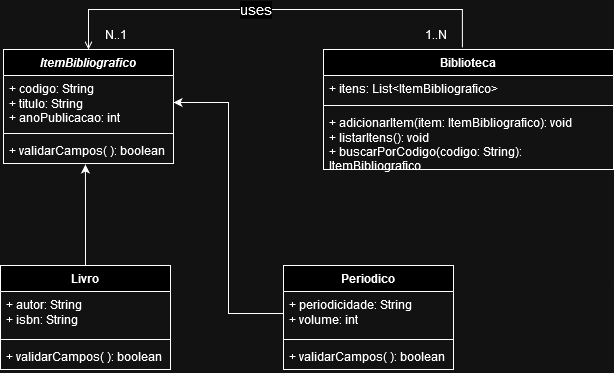
The draw.io diagram image/uml.png in isa-ntana/Biblioteca_POO, before a commit. Source tidied: cells renumbered, new cells last; positions are measured from the earlier drawing's top-left corner, leaving out a move shared by most shapes. The source it was exported from:
```xml
<mxGraphModel>
  <root>
    <mxCell id="0" />
    <mxCell id="1" parent="0" />
    <mxCell id="2" value="Periodico" style="swimlane;fontStyle=1;align=center;verticalAlign=top;horizontal=1;startSize=26;whiteSpace=wrap;html=1;" parent="1" vertex="1">
      <mxGeometry x="283" y="256" width="170" height="104" as="geometry" />
    </mxCell>
    <mxCell id="3" value="+ periodicidade: String&lt;br&gt;+ volume: int" style="text;strokeColor=none;fillColor=none;align=left;verticalAlign=top;spacingLeft=4;spacingRight=4;overflow=hidden;points=[[0,0.5],[1,0.5]];portConstraint=eastwest;whiteSpace=wrap;html=1;" parent="2" vertex="1">
      <mxGeometry y="26" width="170" height="44" as="geometry" />
    </mxCell>
    <mxCell id="4" style="line;strokeWidth=1;fillColor=none;align=left;verticalAlign=middle;spacingTop=-1;spacingLeft=3;spacingRight=3;labelPosition=right;strokeColor=inherit;" parent="2" vertex="1">
      <mxGeometry y="70" width="170" height="8" as="geometry" />
    </mxCell>
    <mxCell id="5" value="+ validarCampos( ): boolean" style="text;strokeColor=none;fillColor=none;align=left;verticalAlign=top;spacingLeft=4;spacingRight=4;overflow=hidden;whiteSpace=wrap;html=1;" parent="2" vertex="1">
      <mxGeometry y="78" width="170" height="26" as="geometry" />
    </mxCell>
    <mxCell id="6" value="Livro" style="swimlane;fontStyle=1;align=center;verticalAlign=top;horizontal=1;startSize=26;whiteSpace=wrap;html=1;" parent="1" vertex="1">
      <mxGeometry y="256" width="170" height="104" as="geometry" />
    </mxCell>
    <mxCell id="7" value="+ autor: String&lt;br&gt;+ isbn: String" style="text;strokeColor=none;fillColor=none;align=left;verticalAlign=top;spacingLeft=4;spacingRight=4;overflow=hidden;whiteSpace=wrap;html=1;" parent="6" vertex="1">
      <mxGeometry y="26" width="170" height="44" as="geometry" />
    </mxCell>
    <mxCell id="8" style="line;strokeWidth=1;fillColor=none;align=left;verticalAlign=middle;spacingTop=-1;spacingLeft=3;spacingRight=3;labelPosition=right;strokeColor=inherit;" parent="6" vertex="1">
      <mxGeometry y="70" width="170" height="8" as="geometry" />
    </mxCell>
    <mxCell id="9" value="+ validarCampos( ): boolean" style="text;strokeColor=none;fillColor=none;align=left;verticalAlign=top;spacingLeft=4;spacingRight=4;overflow=hidden;whiteSpace=wrap;html=1;" parent="6" vertex="1">
      <mxGeometry y="78" width="170" height="26" as="geometry" />
    </mxCell>
    <mxCell id="10" style="edgeStyle=orthogonalEdgeStyle;rounded=0;jettySize=auto;html=1;entryX=0.5;entryY=0;entryDx=0;entryDy=0;exitX=0.479;exitY=-0.017;exitDx=0;exitDy=0;exitPerimeter=0;endArrow=open;endFill=0;" parent="1" edge="1" source="12" target="16">
      <mxGeometry relative="1" as="geometry">
        <Array as="points">
          <mxPoint x="462" />
          <mxPoint x="88" />
        </Array>
      </mxGeometry>
    </mxCell>
    <mxCell id="11" value="uses" style="edgeLabel;html=1;align=center;verticalAlign=middle;fontSize=15;" parent="10" vertex="1">
      <mxGeometry x="0.09" y="3" relative="1" as="geometry">
        <mxPoint y="-4" as="offset" />
      </mxGeometry>
    </mxCell>
    <mxCell id="12" value="Biblioteca" style="swimlane;fontStyle=1;align=center;verticalAlign=top;horizontal=1;startSize=26;whiteSpace=wrap;html=1;" parent="1" vertex="1">
      <mxGeometry x="323" y="40" width="290" height="120" as="geometry" />
    </mxCell>
    <mxCell id="13" value="+ itens: List&amp;lt;ItemBibliografico&amp;gt;" style="text;strokeColor=none;fillColor=none;align=left;verticalAlign=top;spacingLeft=4;spacingRight=4;overflow=hidden;whiteSpace=wrap;html=1;" parent="12" vertex="1">
      <mxGeometry y="26" width="290" height="26" as="geometry" />
    </mxCell>
    <mxCell id="14" style="line;strokeWidth=1;fillColor=none;align=left;verticalAlign=middle;spacingTop=-1;spacingLeft=3;spacingRight=3;labelPosition=right;strokeColor=inherit;" parent="12" vertex="1">
      <mxGeometry y="52" width="290" height="8" as="geometry" />
    </mxCell>
    <mxCell id="15" value="+ adicionarItem(item: ItemBibliografico): void&lt;br&gt;+ listarItens(): void&lt;br&gt;+ buscarPorCodigo(codigo: String): ItemBibliografico" style="text;strokeColor=none;fillColor=none;align=left;verticalAlign=top;spacingLeft=4;spacingRight=4;overflow=hidden;whiteSpace=wrap;html=1;" parent="12" vertex="1">
      <mxGeometry y="60" width="290" height="60" as="geometry" />
    </mxCell>
    <mxCell id="16" value="&lt;i&gt;ItemBibliografico&lt;/i&gt;" style="swimlane;fontStyle=1;align=center;verticalAlign=top;horizontal=1;startSize=26;whiteSpace=wrap;html=1;" parent="1" vertex="1">
      <mxGeometry x="3" y="40" width="170" height="114" as="geometry" />
    </mxCell>
    <mxCell id="17" value="+ codigo: String&lt;br&gt;+ titulo: String&lt;br&gt;+ anoPublicacao: int" style="text;strokeColor=none;fillColor=none;align=left;verticalAlign=top;spacingLeft=4;spacingRight=4;overflow=hidden;points=[[0,0.5],[1,0.5]];portConstraint=eastwest;whiteSpace=wrap;html=1;" parent="16" vertex="1">
      <mxGeometry y="26" width="170" height="54" as="geometry" />
    </mxCell>
    <mxCell id="18" style="line;strokeWidth=1;fillColor=none;align=left;verticalAlign=middle;spacingTop=-1;spacingLeft=3;spacingRight=3;labelPosition=right;strokeColor=inherit;" parent="16" vertex="1">
      <mxGeometry y="80" width="170" height="8" as="geometry" />
    </mxCell>
    <mxCell id="19" value="+ validarCampos( ): boolean" style="text;strokeColor=none;fillColor=none;align=left;verticalAlign=top;spacingLeft=4;spacingRight=4;overflow=hidden;points=[[0,0.5],[1,0.5]];portConstraint=eastwest;whiteSpace=wrap;html=1;" parent="16" vertex="1">
      <mxGeometry y="88" width="170" height="26" as="geometry" />
    </mxCell>
    <mxCell id="20" style="edgeStyle=orthogonalEdgeStyle;rounded=0;jettySize=auto;html=1;entryX=0.482;entryY=1.038;entryDx=0;entryDy=0;entryPerimeter=0;" parent="1" edge="1" source="6" target="19">
      <mxGeometry relative="1" as="geometry" />
    </mxCell>
    <mxCell id="21" style="edgeStyle=orthogonalEdgeStyle;rounded=0;jettySize=auto;html=1;entryX=1;entryY=0.5;entryDx=0;entryDy=0;" parent="1" edge="1" source="3" target="17">
      <mxGeometry relative="1" as="geometry" />
    </mxCell>
    <mxCell id="22" value="N..1" style="text;html=1;align=center;verticalAlign=middle;strokeColor=none;fillColor=none;" parent="1" vertex="1">
      <mxGeometry x="90" y="10" width="50" height="30" as="geometry" />
    </mxCell>
    <mxCell id="23" value="1..N" style="text;html=1;align=center;verticalAlign=middle;strokeColor=none;fillColor=none;" parent="1" vertex="1">
      <mxGeometry x="410" y="10" width="50" height="30" as="geometry" />
    </mxCell>
  </root>
</mxGraphModel>
```
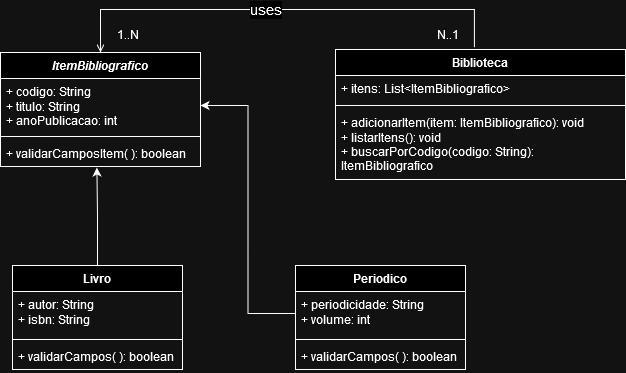
After the change.

Change to the diagram source:
```diff
@@ -40,7 +40,7 @@
       </mxGeometry>
     </mxCell>
     <mxCell id="12" value="Biblioteca" style="swimlane;fontStyle=1;align=center;verticalAlign=top;horizontal=1;startSize=26;whiteSpace=wrap;html=1;" parent="1" vertex="1">
-      <mxGeometry x="323" y="40" width="290" height="120" as="geometry" />
+      <mxGeometry x="323" y="40" width="290" height="130" as="geometry" />
     </mxCell>
     <mxCell id="13" value="+ itens: List&amp;lt;ItemBibliografico&amp;gt;" style="text;strokeColor=none;fillColor=none;align=left;verticalAlign=top;spacingLeft=4;spacingRight=4;overflow=hidden;whiteSpace=wrap;html=1;" parent="12" vertex="1">
       <mxGeometry y="26" width="290" height="26" as="geometry" />
@@ -49,19 +49,19 @@
       <mxGeometry y="52" width="290" height="8" as="geometry" />
     </mxCell>
     <mxCell id="15" value="+ adicionarItem(item: ItemBibliografico): void&lt;br&gt;+ listarItens(): void&lt;br&gt;+ buscarPorCodigo(codigo: String): ItemBibliografico" style="text;strokeColor=none;fillColor=none;align=left;verticalAlign=top;spacingLeft=4;spacingRight=4;overflow=hidden;whiteSpace=wrap;html=1;" parent="12" vertex="1">
-      <mxGeometry y="60" width="290" height="60" as="geometry" />
+      <mxGeometry y="60" width="290" height="70" as="geometry" />
     </mxCell>
     <mxCell id="16" value="&lt;i&gt;ItemBibliografico&lt;/i&gt;" style="swimlane;fontStyle=1;align=center;verticalAlign=top;horizontal=1;startSize=26;whiteSpace=wrap;html=1;" parent="1" vertex="1">
-      <mxGeometry x="3" y="40" width="170" height="114" as="geometry" />
+      <mxGeometry x="-12" y="43" width="200" height="114" as="geometry" />
     </mxCell>
     <mxCell id="17" value="+ codigo: String&lt;br&gt;+ titulo: String&lt;br&gt;+ anoPublicacao: int" style="text;strokeColor=none;fillColor=none;align=left;verticalAlign=top;spacingLeft=4;spacingRight=4;overflow=hidden;points=[[0,0.5],[1,0.5]];portConstraint=eastwest;whiteSpace=wrap;html=1;" parent="16" vertex="1">
-      <mxGeometry y="26" width="170" height="54" as="geometry" />
+      <mxGeometry y="26" width="200" height="54" as="geometry" />
     </mxCell>
     <mxCell id="18" style="line;strokeWidth=1;fillColor=none;align=left;verticalAlign=middle;spacingTop=-1;spacingLeft=3;spacingRight=3;labelPosition=right;strokeColor=inherit;" parent="16" vertex="1">
-      <mxGeometry y="80" width="170" height="8" as="geometry" />
+      <mxGeometry y="80" width="200" height="8" as="geometry" />
     </mxCell>
-    <mxCell id="19" value="+ validarCampos( ): boolean" style="text;strokeColor=none;fillColor=none;align=left;verticalAlign=top;spacingLeft=4;spacingRight=4;overflow=hidden;points=[[0,0.5],[1,0.5]];portConstraint=eastwest;whiteSpace=wrap;html=1;" parent="16" vertex="1">
-      <mxGeometry y="88" width="170" height="26" as="geometry" />
+    <mxCell id="19" value="+ validarCamposItem( ): boolean" style="text;strokeColor=none;fillColor=none;align=left;verticalAlign=top;spacingLeft=4;spacingRight=4;overflow=hidden;points=[[0,0.5],[1,0.5]];portConstraint=eastwest;whiteSpace=wrap;html=1;" parent="16" vertex="1">
+      <mxGeometry y="88" width="200" height="26" as="geometry" />
     </mxCell>
     <mxCell id="20" style="edgeStyle=orthogonalEdgeStyle;rounded=0;jettySize=auto;html=1;entryX=0.482;entryY=1.038;entryDx=0;entryDy=0;entryPerimeter=0;" parent="1" edge="1" source="6" target="19">
       <mxGeometry relative="1" as="geometry" />
@@ -70,10 +70,10 @@
       <mxGeometry relative="1" as="geometry" />
     </mxCell>
     <mxCell id="22" value="N..1" style="text;html=1;align=center;verticalAlign=middle;strokeColor=none;fillColor=none;" parent="1" vertex="1">
-      <mxGeometry x="90" y="10" width="50" height="30" as="geometry" />
+      <mxGeometry x="410" y="10" width="50" height="30" as="geometry" />
     </mxCell>
     <mxCell id="23" value="1..N" style="text;html=1;align=center;verticalAlign=middle;strokeColor=none;fillColor=none;" parent="1" vertex="1">
-      <mxGeometry x="410" y="10" width="50" height="30" as="geometry" />
+      <mxGeometry x="90" y="10" width="50" height="30" as="geometry" />
     </mxCell>
   </root>
 </mxGraphModel>
```
